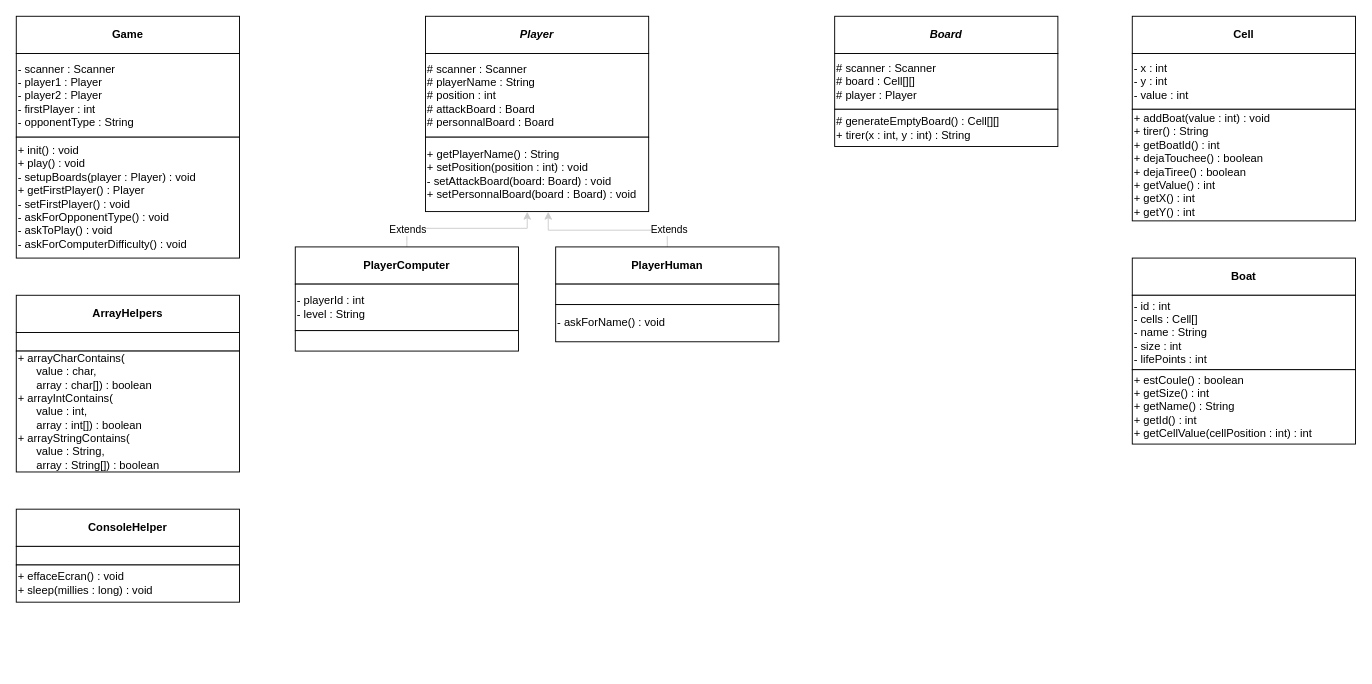
MariusCLM74/Java-battle-ship keeps this draw.io diagram as UML App.drawio. Above is the earlier version. Source tidied: cells renumbered, new cells numbered last; positions are measured from the earlier drawing's top-left corner, leaving out a move shared by most shapes. Both pictures are drawn from the tidied source at 93%, with x=0, y=0 at pixel (16, 16).
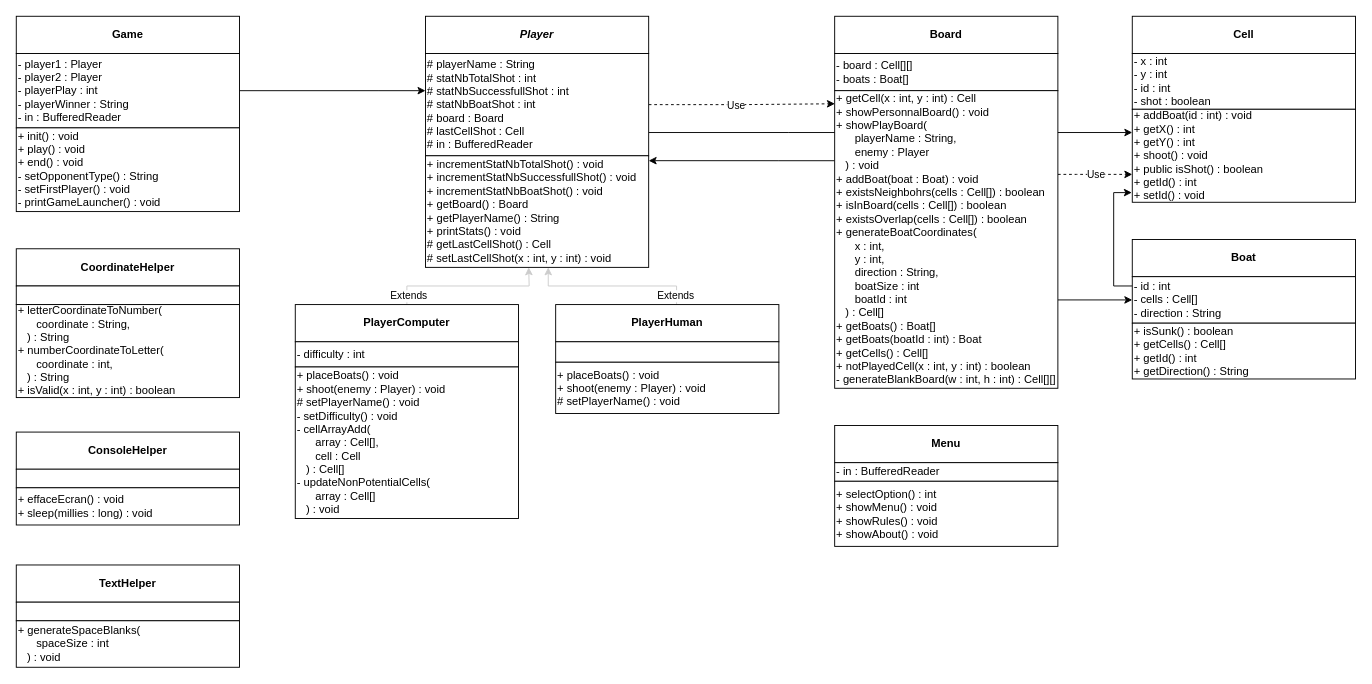
The same diagram, later.

The edit, as a diff of the source:
```diff
@@
+    <mxCell id="33" style="edgeStyle=orthogonalEdgeStyle;rounded=0;jettySize=auto;html=1;" parent="1" edge="1" source="3" target="6">
+      <mxGeometry relative="1" as="geometry">
+        <Array as="points">
+          <mxPoint x="390" y="80" />
+          <mxPoint x="390" y="80" />
+        </Array>
+      </mxGeometry>
+    </mxCell>
-    <mxCell id="3" value="- scanner : Scanner&lt;br&gt;- player1 : Player&lt;br&gt;- player2 : Player&lt;br&gt;- firstPlayer : int&lt;br&gt;- opponentType : String" style="rounded=0;whiteSpace=wrap;html=1;align=left;" parent="1" vertex="1">
-      <mxGeometry y="40" width="240" height="90" as="geometry" />
+    <mxCell id="3" value="- player1 : Player&lt;br&gt;- player2 : Player&lt;br&gt;- playerPlay : int&lt;br&gt;- playerWinner : String&lt;br&gt;- in : BufferedReader" style="rounded=0;whiteSpace=wrap;html=1;align=left;" parent="1" vertex="1">
+      <mxGeometry y="40" width="240" height="80" as="geometry" />
     </mxCell>
-    <mxCell id="4" value="+ init() : void&lt;br&gt;+ play() : void&lt;br&gt;- setupBoards(player : Player) : void&lt;br&gt;+ getFirstPlayer() : Player&lt;br&gt;- setFirstPlayer() : void&lt;br&gt;- askForOpponentType() : void&lt;br&gt;- askToPlay() : void&lt;br&gt;- askForComputerDifficulty() : void" style="rounded=0;whiteSpace=wrap;html=1;align=left;" parent="1" vertex="1">
-      <mxGeometry y="130" width="240" height="130" as="geometry" />
+    <mxCell id="4" value="+ init() : void&lt;br&gt;+ play() : void&lt;br&gt;+ end() : void&lt;br&gt;- setOpponentType() : String&lt;br&gt;- setFirstPlayer() : void&lt;br&gt;- printGameLauncher() : void" style="rounded=0;whiteSpace=wrap;html=1;align=left;" parent="1" vertex="1">
+      <mxGeometry y="120" width="240" height="90" as="geometry" />
     </mxCell>
@@
+    <mxCell id="34" style="edgeStyle=orthogonalEdgeStyle;rounded=0;jettySize=auto;html=1;entryX=0.001;entryY=0.044;entryDx=0;entryDy=0;entryPerimeter=0;strokeColor=#000000;dashed=1;" parent="1" edge="1" source="6" target="20">
+      <mxGeometry relative="1" as="geometry">
+        <Array as="points">
+          <mxPoint x="780" y="95" />
+          <mxPoint x="880" y="94" />
+        </Array>
+      </mxGeometry>
+    </mxCell>
+    <mxCell id="35" value="Use" style="edgeLabel;html=1;align=center;verticalAlign=middle;" parent="34" vertex="1">
+      <mxGeometry x="-0.07" relative="1" as="geometry" />
+    </mxCell>
+    <mxCell id="36" style="edgeStyle=orthogonalEdgeStyle;rounded=0;jettySize=auto;html=1;entryX=0;entryY=0.25;entryDx=0;entryDy=0;strokeColor=#000000;" parent="1" edge="1" source="6" target="29">
+      <mxGeometry relative="1" as="geometry">
+        <Array as="points">
+          <mxPoint x="830" y="125" />
+          <mxPoint x="830" y="125" />
+        </Array>
+      </mxGeometry>
+    </mxCell>
-    <mxCell id="6" value="# scanner : Scanner&lt;br&gt;# playerName : String&lt;br&gt;# position : int&lt;br&gt;# attackBoard : Board&lt;br&gt;# personnalBoard : Board" style="rounded=0;whiteSpace=wrap;html=1;align=left;" parent="1" vertex="1">
-      <mxGeometry x="440" y="40" width="240" height="90" as="geometry" />
+    <mxCell id="6" value="# playerName : String&lt;br&gt;# statNbTotalShot : int&lt;br&gt;# statNbSuccessfullShot : int&lt;br&gt;# statNbBoatShot : int&lt;br&gt;# board : Board&lt;br&gt;# lastCellShot : Cell&lt;br&gt;# in : BufferedReader" style="rounded=0;whiteSpace=wrap;html=1;align=left;" parent="1" vertex="1">
+      <mxGeometry x="440" y="40" width="240" height="110" as="geometry" />
     </mxCell>
-    <mxCell id="7" value="+ getPlayerName() : String&lt;br&gt;+ setPosition(position : int) : void&lt;br&gt;- setAttackBoard(board: Board) : void&lt;br&gt;+ setPersonnalBoard(board : Board) : void" style="rounded=0;whiteSpace=wrap;html=1;align=left;" parent="1" vertex="1">
-      <mxGeometry x="440" y="130" width="240" height="80" as="geometry" />
+    <mxCell id="7" value="+ incrementStatNbTotalShot() : void&lt;br&gt;+ incrementStatNbSuccessfullShot() : void&lt;br&gt;+ incrementStatNbBoatShot()&amp;nbsp;: void&lt;br&gt;+ getBoard() : Board&lt;br&gt;+ getPlayerName() : String&lt;br&gt;+ printStats() : void&lt;br&gt;#&amp;nbsp;getLastCellShot() : Cell&lt;br&gt;# setLastCellShot(x : int, y : int) : void" style="rounded=0;whiteSpace=wrap;html=1;align=left;" parent="1" vertex="1">
+      <mxGeometry x="440" y="150" width="240" height="120" as="geometry" />
     </mxCell>
-    <mxCell id="8" style="edgeStyle=orthogonalEdgeStyle;rounded=0;jettySize=auto;html=1;exitX=0.5;exitY=0;exitDx=0;exitDy=0;entryX=0.456;entryY=1.002;entryDx=0;entryDy=0;strokeWidth=1;strokeColor=#CCCCCC;entryPerimeter=0;" parent="1" edge="1" source="10" target="7">
-      <mxGeometry relative="1" as="geometry" />
+    <mxCell id="8" style="edgeStyle=orthogonalEdgeStyle;rounded=0;jettySize=auto;html=1;exitX=0.5;exitY=0;exitDx=0;exitDy=0;strokeWidth=1;strokeColor=#CCCCCC;" parent="1" edge="1" source="10">
+      <mxGeometry relative="1" as="geometry">
+        <mxPoint x="551" y="270" as="targetPoint" />
+      </mxGeometry>
     </mxCell>
     <mxCell id="9" value="Extends" style="edgeLabel;html=1;align=center;verticalAlign=middle;" parent="8" vertex="1">
       <mxGeometry x="-0.56" y="1" relative="1" as="geometry">
-        <mxPoint x="-17" y="2" as="offset" />
+        <mxPoint x="-17" y="11" as="offset" />
       </mxGeometry>
     </mxCell>
     <mxCell id="10" value="&lt;b&gt;PlayerComputer&lt;/b&gt;" style="rounded=0;whiteSpace=wrap;html=1;" parent="1" vertex="1">
-      <mxGeometry x="300" y="248" width="240" height="40" as="geometry" />
+      <mxGeometry x="300" y="310" width="240" height="40" as="geometry" />
     </mxCell>
-    <mxCell id="11" value="- playerId : int&lt;br&gt;- level : String" style="rounded=0;whiteSpace=wrap;html=1;align=left;" parent="1" vertex="1">
-      <mxGeometry x="300" y="288" width="240" height="50" as="geometry" />
+    <mxCell id="11" value="- difficulty : int" style="rounded=0;whiteSpace=wrap;html=1;align=left;" parent="1" vertex="1">
+      <mxGeometry x="300" y="350" width="240" height="27.1" as="geometry" />
     </mxCell>
-    <mxCell id="12" style="edgeStyle=orthogonalEdgeStyle;rounded=0;jettySize=auto;html=1;strokeColor=#CCCCCC;strokeWidth=1;entryX=0.55;entryY=1.002;entryDx=0;entryDy=0;entryPerimeter=0;" parent="1" edge="1" source="14" target="7">
+    <mxCell id="12" style="edgeStyle=orthogonalEdgeStyle;rounded=0;jettySize=auto;html=1;strokeColor=#CCCCCC;strokeWidth=1;entryX=0.55;entryY=1;entryDx=0;entryDy=0;entryPerimeter=0;" parent="1" edge="1" source="14" target="7">
       <mxGeometry relative="1" as="geometry">
         <Array as="points">
-          <mxPoint x="700" y="230" />
-          <mxPoint x="572" y="230" />
+          <mxPoint x="710" y="290" />
+          <mxPoint x="572" y="290" />
         </Array>
       </mxGeometry>
     </mxCell>
     <mxCell id="13" value="Extends" style="edgeLabel;html=1;align=center;verticalAlign=middle;" parent="12" vertex="1">
       <mxGeometry x="-0.61" relative="1" as="geometry">
-        <mxPoint x="15" y="-1" as="offset" />
+        <mxPoint x="13" y="10" as="offset" />
       </mxGeometry>
     </mxCell>
     <mxCell id="14" value="&lt;b&gt;PlayerHuman&lt;/b&gt;" style="rounded=0;whiteSpace=wrap;html=1;" parent="1" vertex="1">
-      <mxGeometry x="580" y="248" width="240" height="40" as="geometry" />
+      <mxGeometry x="580" y="310" width="240" height="40" as="geometry" />
     </mxCell>
     <mxCell id="15" style="rounded=0;whiteSpace=wrap;html=1;align=left;" parent="1" vertex="1">
-      <mxGeometry x="580" y="288" width="240" height="22" as="geometry" />
+      <mxGeometry x="580" y="350" width="240" height="22" as="geometry" />
     </mxCell>
-    <mxCell id="16" value="- askForName() : void" style="rounded=0;whiteSpace=wrap;html=1;align=left;" parent="1" vertex="1">
-      <mxGeometry x="580" y="310" width="240" height="40" as="geometry" />
+    <mxCell id="16" value="+ placeBoats() : void&lt;br&gt;+ shoot(enemy : Player) : void&lt;br&gt;# setPlayerName() : void" style="rounded=0;whiteSpace=wrap;html=1;align=left;" parent="1" vertex="1">
+      <mxGeometry x="580" y="372" width="240" height="55.1" as="geometry" />
     </mxCell>
-    <mxCell id="17" style="rounded=0;whiteSpace=wrap;html=1;align=left;" parent="1" vertex="1">
-      <mxGeometry x="300" y="338" width="240" height="22" as="geometry" />
+    <mxCell id="17" value="+ placeBoats() : void&lt;br&gt;+ shoot(enemy : Player) : void&lt;br&gt;# setPlayerName() : void&lt;br&gt;- setDifficulty() : void&lt;br&gt;- cellArrayAdd(&lt;br&gt;&amp;nbsp; &amp;nbsp; &amp;nbsp; array : Cell[],&lt;br&gt;&amp;nbsp; &amp;nbsp; &amp;nbsp; cell : Cell&lt;br&gt;&amp;nbsp; &amp;nbsp;) : Cell[]&lt;br&gt;- updateNonPotentialCells(&lt;br&gt;&amp;nbsp; &amp;nbsp; &amp;nbsp; array : Cell[]&lt;br&gt;&amp;nbsp; &amp;nbsp;) : void" style="rounded=0;whiteSpace=wrap;html=1;align=left;" parent="1" vertex="1">
+      <mxGeometry x="300" y="377.1" width="240" height="162.9" as="geometry" />
     </mxCell>
-    <mxCell id="18" value="&lt;b&gt;&lt;i&gt;Board&lt;/i&gt;&lt;/b&gt;" style="rounded=0;whiteSpace=wrap;html=1;" parent="1" vertex="1">
+    <mxCell id="18" value="&lt;b&gt;Board&lt;/b&gt;" style="rounded=0;whiteSpace=wrap;html=1;" parent="1" vertex="1">
       <mxGeometry x="880" width="240" height="40" as="geometry" />
     </mxCell>
-    <mxCell id="19" value="# scanner : Scanner&lt;br&gt;# board : Cell[][]&lt;br&gt;# player : Player" style="rounded=0;whiteSpace=wrap;html=1;align=left;" parent="1" vertex="1">
-      <mxGeometry x="880" y="40" width="240" height="60" as="geometry" />
+    <mxCell id="19" value="- board : Cell[][]&lt;br&gt;- boats : Boat[]" style="rounded=0;whiteSpace=wrap;html=1;align=left;" parent="1" vertex="1">
+      <mxGeometry x="880" y="40" width="240" height="40" as="geometry" />
     </mxCell>
+    <mxCell id="37" style="edgeStyle=orthogonalEdgeStyle;rounded=0;jettySize=auto;html=1;entryX=0;entryY=0.7;entryDx=0;entryDy=0;entryPerimeter=0;strokeColor=#000000;dashed=1;" parent="1" edge="1" source="20" target="29">
+      <mxGeometry relative="1" as="geometry">
+        <Array as="points">
+          <mxPoint x="1140" y="170" />
+          <mxPoint x="1140" y="170" />
+        </Array>
+      </mxGeometry>
+    </mxCell>
+    <mxCell id="38" value="Use" style="edgeLabel;html=1;align=center;verticalAlign=middle;" parent="37" vertex="1">
+      <mxGeometry x="-0.17" y="-2" relative="1" as="geometry">
+        <mxPoint x="7" y="-3" as="offset" />
+      </mxGeometry>
+    </mxCell>
+    <mxCell id="39" style="edgeStyle=orthogonalEdgeStyle;rounded=0;jettySize=auto;html=1;entryX=0;entryY=0.5;entryDx=0;entryDy=0;strokeColor=#000000;" parent="1" edge="1" source="20" target="31">
+      <mxGeometry relative="1" as="geometry">
+        <Array as="points">
+          <mxPoint x="1200" y="304" />
+        </Array>
+      </mxGeometry>
+    </mxCell>
+    <mxCell id="40" style="edgeStyle=orthogonalEdgeStyle;rounded=0;jettySize=auto;html=1;strokeColor=#000000;entryX=1;entryY=0.044;entryDx=0;entryDy=0;entryPerimeter=0;" parent="1" edge="1" source="20" target="7">
+      <mxGeometry relative="1" as="geometry">
+        <Array as="points">
+          <mxPoint x="820" y="155" />
+        </Array>
+      </mxGeometry>
+    </mxCell>
-    <mxCell id="20" value="# generateEmptyBoard() : Cell[][]&lt;br&gt;+ tirer(x : int, y : int) : String" style="rounded=0;whiteSpace=wrap;html=1;align=left;" parent="1" vertex="1">
-      <mxGeometry x="880" y="100" width="240" height="40" as="geometry" />
+    <mxCell id="20" value="+ getCell(x : int, y : int) : Cell&lt;br&gt;+ showPersonnalBoard() : void&lt;br&gt;+ showPlayBoard(&lt;br&gt;&amp;nbsp; &amp;nbsp; &amp;nbsp; playerName : String, &lt;br&gt;&amp;nbsp; &amp;nbsp; &amp;nbsp; enemy : Player&lt;br&gt;&amp;nbsp; &amp;nbsp;) : void&lt;br&gt;+ addBoat(boat : Boat) : void&lt;br&gt;+ existsNeighbohrs(cells : Cell[]) : boolean&lt;br&gt;+ isInBoard(cells&amp;nbsp;: Cell[]) : boolean&lt;br&gt;+ existsOverlap(cells : Cell[]) : boolean&lt;br&gt;+ generateBoatCoordinates(&lt;br&gt;&amp;nbsp; &amp;nbsp; &amp;nbsp; x : int,&lt;br&gt;&amp;nbsp; &amp;nbsp; &amp;nbsp; y : int,&lt;br&gt;&amp;nbsp; &amp;nbsp; &amp;nbsp; direction : String,&lt;br&gt;&amp;nbsp; &amp;nbsp; &amp;nbsp; boatSize : int&lt;br&gt;&amp;nbsp; &amp;nbsp; &amp;nbsp; boatId : int&lt;br&gt;&amp;nbsp; &amp;nbsp;) : Cell[]&lt;br&gt;+ getBoats() : Boat[]&lt;br&gt;+ getBoats(boatId : int) : Boat&lt;br&gt;+ getCells() : Cell[]&lt;br&gt;+ notPlayedCell(x : int, y : int) : boolean&lt;br&gt;- generateBlankBoard(w : int, h : int) : Cell[][]" style="rounded=0;whiteSpace=wrap;html=1;align=left;" parent="1" vertex="1">
+      <mxGeometry x="880" y="80" width="240" height="320" as="geometry" />
     </mxCell>
-    <mxCell id="21" value="&lt;b&gt;ArrayHelpers&lt;/b&gt;" style="rounded=0;whiteSpace=wrap;html=1;" parent="1" vertex="1">
-      <mxGeometry y="300" width="240" height="40" as="geometry" />
+    <mxCell id="21" value="&lt;b&gt;CoordinateHelper&lt;/b&gt;" style="rounded=0;whiteSpace=wrap;html=1;" parent="1" vertex="1">
+      <mxGeometry y="250" width="240" height="40" as="geometry" />
     </mxCell>
     <mxCell id="22" style="rounded=0;whiteSpace=wrap;html=1;align=left;" parent="1" vertex="1">
-      <mxGeometry y="340" width="240" height="20" as="geometry" />
+      <mxGeometry y="290" width="240" height="20" as="geometry" />
     </mxCell>
-    <mxCell id="23" value="+ arrayCharContains(&lt;br&gt;&amp;nbsp; &amp;nbsp; &amp;nbsp; value : char,&lt;br&gt;&amp;nbsp; &amp;nbsp; &amp;nbsp; array : char[]) : boolean&lt;br&gt;+ arrayIntContains(&lt;br&gt;&amp;nbsp; &amp;nbsp; &amp;nbsp; value : int,&lt;br&gt;&amp;nbsp; &amp;nbsp; &amp;nbsp; array : int[]) : boolean&lt;br&gt;+ arrayStringContains(&lt;br&gt;&amp;nbsp; &amp;nbsp; &amp;nbsp; value : String,&lt;br&gt;&amp;nbsp; &amp;nbsp; &amp;nbsp; array : String[]) : boolean" style="rounded=0;whiteSpace=wrap;html=1;align=left;" parent="1" vertex="1">
-      <mxGeometry y="360" width="240" height="130" as="geometry" />
+    <mxCell id="23" value="+ letterCoordinateToNumber(&lt;br&gt;&amp;nbsp; &amp;nbsp; &amp;nbsp; coordinate : String,&lt;br&gt;&amp;nbsp; &amp;nbsp;) : String&lt;br&gt;+ numberCoordinateToLetter(&lt;br&gt;&amp;nbsp; &amp;nbsp; &amp;nbsp; coordinate : int,&lt;br&gt;&amp;nbsp; &amp;nbsp;) : String&lt;br&gt;+ isValid(x&amp;nbsp;: int, y&amp;nbsp;: int) : boolean" style="rounded=0;whiteSpace=wrap;html=1;align=left;" parent="1" vertex="1">
+      <mxGeometry y="310" width="240" height="100" as="geometry" />
     </mxCell>
     <mxCell id="24" value="&lt;b&gt;ConsoleHelper&lt;/b&gt;" style="rounded=0;whiteSpace=wrap;html=1;" parent="1" vertex="1">
-      <mxGeometry y="530" width="240" height="40" as="geometry" />
+      <mxGeometry y="447.1" width="240" height="40" as="geometry" />
     </mxCell>
     <mxCell id="25" style="rounded=0;whiteSpace=wrap;html=1;align=left;" parent="1" vertex="1">
-      <mxGeometry y="570" width="240" height="20" as="geometry" />
+      <mxGeometry y="487" width="240" height="20" as="geometry" />
     </mxCell>
     <mxCell id="26" value="+ effaceEcran() : void&lt;br&gt;+ sleep(millies : long) : void" style="rounded=0;whiteSpace=wrap;html=1;align=left;" parent="1" vertex="1">
-      <mxGeometry y="590" width="240" height="40" as="geometry" />
+      <mxGeometry y="507" width="240" height="40" as="geometry" />
     </mxCell>
@@
-    <mxCell id="28" value="- x : int&lt;br&gt;- y : int&lt;br&gt;- value : int" style="rounded=0;whiteSpace=wrap;html=1;align=left;" parent="1" vertex="1">
+    <mxCell id="28" value="- x : int&lt;br&gt;- y : int&lt;br&gt;- id : int&lt;br&gt;- shot : boolean" style="rounded=0;whiteSpace=wrap;html=1;align=left;" parent="1" vertex="1">
       <mxGeometry x="1200" y="40" width="240" height="60" as="geometry" />
     </mxCell>
-    <mxCell id="29" value="+ addBoat(value : int) : void&lt;br&gt;+ tirer() : String&lt;br&gt;+ getBoatId() : int&lt;br&gt;+ dejaTouchee() : boolean&lt;br&gt;+ dejaTiree() : boolean&lt;br&gt;+ getValue() : int&lt;br&gt;+ getX() : int&lt;br&gt;+ getY() : int" style="rounded=0;whiteSpace=wrap;html=1;align=left;" parent="1" vertex="1">
-      <mxGeometry x="1200" y="100" width="240" height="120" as="geometry" />
+    <mxCell id="29" value="+ addBoat(id : int) : void&lt;br&gt;+ getX() : int&lt;br&gt;+ getY() : int&lt;br&gt;+ shoot() : void&lt;br&gt;+ public isShot() : boolean&lt;br&gt;+ getId() : int&lt;br&gt;+ setId() : void" style="rounded=0;whiteSpace=wrap;html=1;align=left;" parent="1" vertex="1">
+      <mxGeometry x="1200" y="100" width="240" height="100" as="geometry" />
     </mxCell>
     <mxCell id="30" value="&lt;b&gt;Boat&lt;/b&gt;" style="rounded=0;whiteSpace=wrap;html=1;" parent="1" vertex="1">
-      <mxGeometry x="1200" y="260" width="240" height="40" as="geometry" />
+      <mxGeometry x="1200" y="240" width="240" height="40" as="geometry" />
     </mxCell>
+    <mxCell id="41" style="edgeStyle=orthogonalEdgeStyle;rounded=0;jettySize=auto;html=1;strokeColor=#000000;entryX=-0.002;entryY=0.896;entryDx=0;entryDy=0;entryPerimeter=0;" parent="1" edge="1" source="31" target="29">
+      <mxGeometry relative="1" as="geometry">
+        <Array as="points">
+          <mxPoint x="1180" y="290" />
+          <mxPoint x="1180" y="190" />
+          <mxPoint x="1200" y="190" />
+        </Array>
+      </mxGeometry>
+    </mxCell>
-    <mxCell id="31" value="- id : int&lt;br&gt;- cells : Cell[]&lt;br&gt;- name : String&lt;br&gt;- size : int&lt;br&gt;- lifePoints : int" style="rounded=0;whiteSpace=wrap;html=1;align=left;" parent="1" vertex="1">
-      <mxGeometry x="1200" y="300" width="240" height="80" as="geometry" />
+    <mxCell id="31" value="- id : int&lt;br&gt;- cells : Cell[]&lt;br&gt;- direction : String" style="rounded=0;whiteSpace=wrap;html=1;align=left;" parent="1" vertex="1">
+      <mxGeometry x="1200" y="280" width="240" height="50" as="geometry" />
     </mxCell>
-    <mxCell id="32" value="+ estCoule() : boolean&lt;br&gt;+ getSize() : int&lt;br&gt;+ getName() : String&lt;br&gt;+ getId() : int&lt;br&gt;+ getCellValue(cellPosition : int) : int" style="rounded=0;whiteSpace=wrap;html=1;align=left;" parent="1" vertex="1">
-      <mxGeometry x="1200" y="380" width="240" height="80" as="geometry" />
+    <mxCell id="32" value="+ isSunk() : boolean&lt;br&gt;+ getCells() : Cell[]&lt;br&gt;+ getId() : int&lt;br&gt;+ getDirection() : String" style="rounded=0;whiteSpace=wrap;html=1;align=left;" parent="1" vertex="1">
+      <mxGeometry x="1200" y="330" width="240" height="60" as="geometry" />
     </mxCell>
+    <mxCell id="42" value="&lt;b&gt;Menu&lt;/b&gt;" style="rounded=0;whiteSpace=wrap;html=1;" parent="1" vertex="1">
+      <mxGeometry x="880" y="440" width="240" height="40" as="geometry" />
+    </mxCell>
+    <mxCell id="43" value="- in : BufferedReader" style="rounded=0;whiteSpace=wrap;html=1;align=left;" parent="1" vertex="1">
+      <mxGeometry x="880" y="480" width="240" height="20" as="geometry" />
+    </mxCell>
+    <mxCell id="44" value="+ selectOption() : int&lt;br&gt;+ showMenu() : void&lt;br&gt;+ showRules() : void&lt;br&gt;+ showAbout() : void" style="rounded=0;whiteSpace=wrap;html=1;align=left;" parent="1" vertex="1">
+      <mxGeometry x="880" y="500" width="240" height="70" as="geometry" />
+    </mxCell>
+    <mxCell id="45" style="edgeStyle=orthogonalEdgeStyle;rounded=0;orthogonalLoop=1;jettySize=auto;html=1;exitX=0.5;exitY=1;exitDx=0;exitDy=0;strokeColor=#000000;" parent="1" edge="1" source="20" target="20">
+      <mxGeometry relative="1" as="geometry" />
+    </mxCell>
+    <mxCell id="46" value="&lt;b&gt;TextHelper&lt;/b&gt;" style="rounded=0;whiteSpace=wrap;html=1;" parent="1" vertex="1">
+      <mxGeometry y="590" width="240" height="40" as="geometry" />
+    </mxCell>
+    <mxCell id="47" style="rounded=0;whiteSpace=wrap;html=1;align=left;" parent="1" vertex="1">
+      <mxGeometry y="630" width="240" height="20" as="geometry" />
+    </mxCell>
+    <mxCell id="48" value="+ generateSpaceBlanks(&lt;br&gt;&amp;nbsp; &amp;nbsp; &amp;nbsp; spaceSize : int&lt;br&gt;&amp;nbsp; &amp;nbsp;) : void" style="rounded=0;whiteSpace=wrap;html=1;align=left;" parent="1" vertex="1">
+      <mxGeometry y="650" width="240" height="50" as="geometry" />
+    </mxCell>
```
